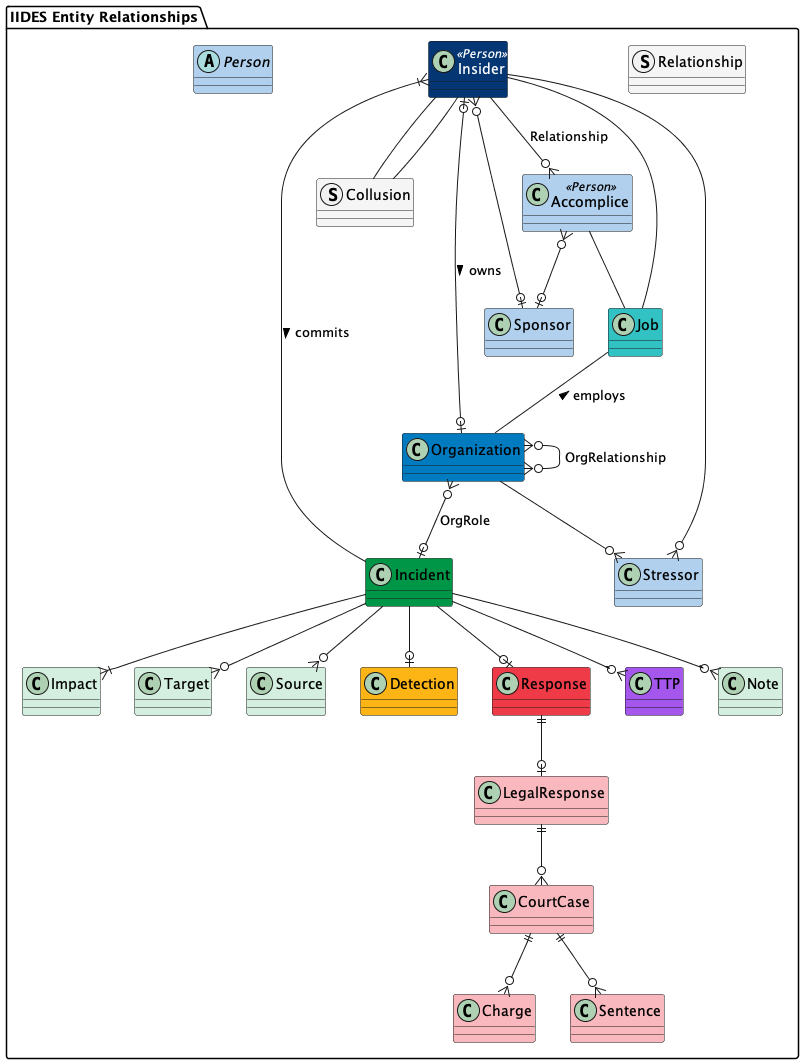
The PlantUML diagram UML/out/IIDES_Entity_Relationships.png in cmu-sei/iides, before a commit.
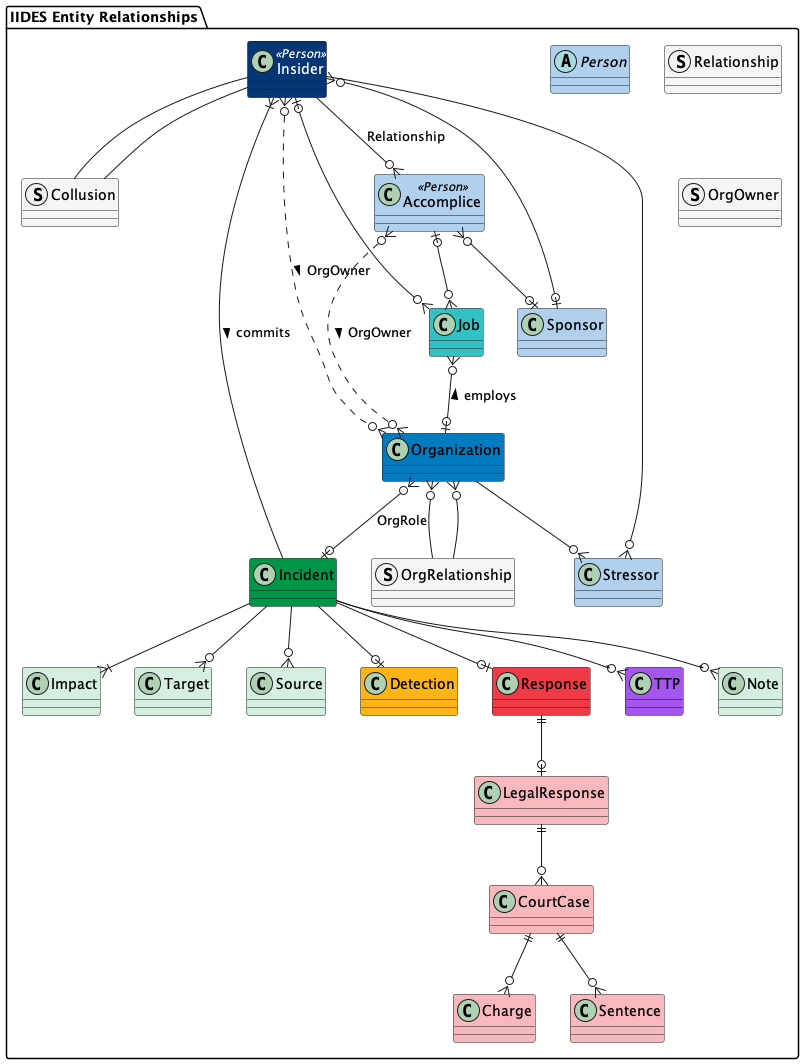
Later version of the same file.

The edit, as a diff of the source:
```diff
@@ -22,17 +22,21 @@
     class Stressor #b0d0ed {}
     class Note #D4EFDF {}
     struct Relationship #F5F5F5 {}
+    struct OrgRelationship #F5F5F5 {}
+    struct OrgOwner #F5F5F5 {}
 
     Insider --o{ Accomplice : Relationship
     Incident --|{ Insider : commits <
-    Accomplice -- Job
-    Job -- Organization : employs <
-    Insider -- Job
+    Accomplice |o--o{ Job
+    Job }o--o| Organization : employs <
+    Insider |o--o{ Job
     Organization }o--o| Incident : OrgRole
-    Organization }o--o{ Organization : OrgRelationship
+    Organization }o-- OrgRelationship
+    OrgRelationship --o{ Organization
     Insider }o--o| Sponsor
     Accomplice }o--o| Sponsor
-    Insider |o--o| Organization : owns >
+    Insider }o..o{ Organization : OrgOwner >
+    Accomplice }o..o{ Organization : OrgOwner >
     Insider -- Collusion
     Collusion -- Insider
     Incident --|{ Impact
```
